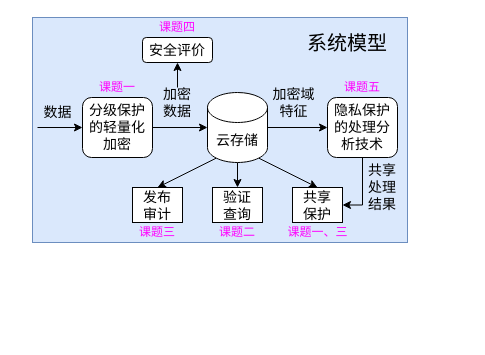
The draw.io diagram page "Page-4" (4 of 4) of Privacy-preserving-system.drawio in tianxianhao/Text, before the edit. Source tidied: cells renumbered, new cells numbered last; positions are measured from the earlier drawing's top-left corner, leaving out a move shared by most shapes. Both pictures are drawn from the tidied source at 100%, with x=0, y=0 at pixel (32, 17).
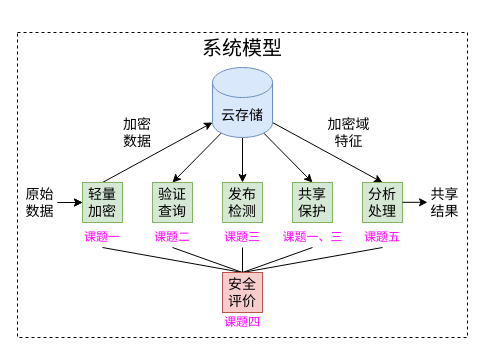
After the change.

Change to the diagram source:
```diff
@@
-    <mxCell id="2" style="rounded=0;whiteSpace=wrap;html=1;fontSize=14;fillColor=#dae8fc;strokeColor=#6c8ebf;" parent="1" vertex="1">
-      <mxGeometry width="375" height="225" as="geometry" />
+    <mxCell id="2" style="rounded=0;whiteSpace=wrap;html=1;fontSize=14;dashed=1;" parent="1" vertex="1">
+      <mxGeometry x="-15" y="15" width="450" height="305" as="geometry" />
     </mxCell>
-    <mxCell id="3" style="edgeStyle=orthogonalEdgeStyle;rounded=0;jettySize=auto;html=1;exitX=1;exitY=0.5;exitDx=0;exitDy=0;entryX=0;entryY=0.5;entryDx=0;entryDy=0;entryPerimeter=0;fontSize=14;fillColor=#000000;" parent="1" edge="1" source="4" target="14">
-      <mxGeometry relative="1" as="geometry" />
-    </mxCell>
-    <mxCell id="4" value="分级保护的轻量化&lt;br&gt;加密" style="rounded=1;whiteSpace=wrap;html=1;fontSize=14;" parent="1" vertex="1">
-      <mxGeometry x="50" y="80" width="70" height="60" as="geometry" />
-    </mxCell>
-    <mxCell id="5" style="edgeStyle=orthogonalEdgeStyle;rounded=0;jettySize=auto;html=1;exitX=0.5;exitY=0;exitDx=0;exitDy=0;fontSize=14;fontColor=#000000;startArrow=none;fillColor=#828282;startFill=0;" parent="1" edge="1" source="6" target="22">
-      <mxGeometry relative="1" as="geometry" />
-    </mxCell>
     <mxCell id="6" value="加密数据" style="text;html=1;strokeColor=none;fillColor=none;align=center;verticalAlign=middle;whiteSpace=wrap;rounded=0;fontSize=14;fontColor=#000000;" parent="1" vertex="1">
-      <mxGeometry x="125" y="70" width="40" height="30" as="geometry" />
+      <mxGeometry x="85" y="100" width="40" height="30" as="geometry" />
     </mxCell>
+    <mxCell id="29" style="edgeStyle=none;rounded=0;jettySize=auto;html=1;" parent="1" edge="1" source="7" target="38">
+      <mxGeometry relative="1" as="geometry" />
+    </mxCell>
-    <mxCell id="7" value="数据" style="text;html=1;strokeColor=none;fillColor=none;align=center;verticalAlign=middle;whiteSpace=wrap;rounded=0;fontSize=14;fontColor=#000000;" parent="1" vertex="1">
-      <mxGeometry x="5" y="80" width="41" height="30" as="geometry" />
+    <mxCell id="7" value="原始数据" style="text;html=1;strokeColor=none;fillColor=none;align=center;verticalAlign=middle;whiteSpace=wrap;rounded=0;fontSize=14;fontColor=#000000;" parent="1" vertex="1">
+      <mxGeometry x="-10" y="170" width="35" height="30" as="geometry" />
     </mxCell>
-    <mxCell id="8" style="endArrow=classic;html=1;rounded=0;fontSize=14;fillColor=#000000;entryX=0;entryY=0.5;entryDx=0;entryDy=0;" parent="1" edge="1" target="4">
-      <mxGeometry relative="1" as="geometry">
-        <mxPoint x="5" y="110" as="sourcePoint" />
-      </mxGeometry>
-    </mxCell>
-    <mxCell id="9" value="共享处理结果" style="text;html=1;strokeColor=none;fillColor=none;align=center;verticalAlign=middle;whiteSpace=wrap;rounded=0;fontSize=14;fontColor=#000000;" parent="1" vertex="1">
-      <mxGeometry x="330" y="150" width="40" height="40" as="geometry" />
-    </mxCell>
-    <mxCell id="10" style="edgeStyle=orthogonalEdgeStyle;rounded=0;jettySize=auto;html=1;exitX=1;exitY=0.5;exitDx=0;exitDy=0;exitPerimeter=0;entryX=0;entryY=0.5;entryDx=0;entryDy=0;fontSize=14;fillColor=#000000;" parent="1" edge="1" source="14" target="17">
-      <mxGeometry relative="1" as="geometry" />
-    </mxCell>
@@
+    <mxCell id="30" style="edgeStyle=none;rounded=0;jettySize=auto;html=1;exitX=1;exitY=1;exitDx=0;exitDy=-15;exitPerimeter=0;entryX=0.5;entryY=0;entryDx=0;entryDy=0;" parent="1" edge="1" source="14" target="39">
+      <mxGeometry relative="1" as="geometry" />
+    </mxCell>
-    <mxCell id="14" value="云存储" style="shape=cylinder3;whiteSpace=wrap;html=1;boundedLbl=1;backgroundOutline=1;size=15;fontSize=14;" parent="1" vertex="1">
-      <mxGeometry x="175" y="75" width="60" height="70" as="geometry" />
+    <mxCell id="14" value="云存储" style="shape=cylinder3;whiteSpace=wrap;html=1;boundedLbl=1;backgroundOutline=1;size=15;fontSize=14;fillColor=#dae8fc;strokeColor=#6c8ebf;" parent="1" vertex="1">
+      <mxGeometry x="180" y="50" width="60" height="70" as="geometry" />
     </mxCell>
     <mxCell id="15" value="加密域特征" style="text;html=1;strokeColor=none;fillColor=none;align=center;verticalAlign=middle;whiteSpace=wrap;rounded=0;fontSize=14;fontColor=#000000;" parent="1" vertex="1">
-      <mxGeometry x="235" y="70" width="52.5" height="30" as="geometry" />
+      <mxGeometry x="290" y="100" width="52.5" height="30" as="geometry" />
     </mxCell>
-    <mxCell id="16" style="edgeStyle=orthogonalEdgeStyle;rounded=0;jettySize=auto;html=1;exitX=0.5;exitY=1;exitDx=0;exitDy=0;entryX=1;entryY=0.5;entryDx=0;entryDy=0;fontSize=12;fontColor=#000000;startArrow=none;startFill=0;fillColor=#828282;" parent="1" edge="1" source="17" target="18">
-      <mxGeometry relative="1" as="geometry" />
-    </mxCell>
-    <mxCell id="17" value="&lt;span style=&quot;&quot;&gt;隐私保护的处理分析技术&lt;/span&gt;" style="rounded=1;whiteSpace=wrap;html=1;fontSize=14;" parent="1" vertex="1">
-      <mxGeometry x="295" y="80" width="70" height="60" as="geometry" />
-    </mxCell>
-    <mxCell id="18" value="共享&lt;br&gt;保护" style="rounded=0;whiteSpace=wrap;html=1;fontSize=14;" parent="1" vertex="1">
-      <mxGeometry x="260" y="170" width="50" height="35" as="geometry" />
+    <mxCell id="18" value="共享&lt;br&gt;保护" style="rounded=0;whiteSpace=wrap;html=1;fontSize=14;fillColor=#d5e8d4;strokeColor=#82b366;" parent="1" vertex="1">
+      <mxGeometry x="260" y="165" width="40" height="40" as="geometry" />
     </mxCell>
-    <mxCell id="19" value="发布&lt;br&gt;审计" style="rounded=0;whiteSpace=wrap;html=1;fontSize=14;" parent="1" vertex="1">
-      <mxGeometry x="100" y="170" width="50" height="35" as="geometry" />
+    <mxCell id="19" value="验证&lt;br&gt;查询" style="rounded=0;whiteSpace=wrap;html=1;fontSize=14;fillColor=#d5e8d4;strokeColor=#82b366;" parent="1" vertex="1">
+      <mxGeometry x="120" y="165" width="40" height="40" as="geometry" />
     </mxCell>
-    <mxCell id="20" value="验证&lt;br&gt;查询" style="rounded=0;whiteSpace=wrap;html=1;fontSize=14;" parent="1" vertex="1">
-      <mxGeometry x="180" y="170" width="50" height="35" as="geometry" />
+    <mxCell id="20" value="&lt;span style=&quot;&quot;&gt;发布&lt;/span&gt;&lt;br style=&quot;&quot;&gt;&lt;span style=&quot;&quot;&gt;检测&lt;/span&gt;" style="rounded=0;whiteSpace=wrap;html=1;fontSize=14;fillColor=#d5e8d4;strokeColor=#82b366;" parent="1" vertex="1">
+      <mxGeometry x="190" y="165" width="40" height="40" as="geometry" />
     </mxCell>
     <mxCell id="21" value="系统模型" style="text;html=1;strokeColor=none;fillColor=none;align=center;verticalAlign=middle;whiteSpace=wrap;rounded=0;fontSize=20;" parent="1" vertex="1">
-      <mxGeometry x="265" y="10" width="100" height="30" as="geometry" />
+      <mxGeometry x="160" y="15" width="100" height="30" as="geometry" />
     </mxCell>
+    <mxCell id="23" value="课题四" style="text;html=1;strokeColor=none;fillColor=none;align=center;verticalAlign=middle;whiteSpace=wrap;rounded=0;fontSize=12;fontColor=#FF00FF;" parent="1" vertex="1">
+      <mxGeometry x="185" y="295" width="50" height="20" as="geometry" />
+    </mxCell>
+    <mxCell id="31" style="edgeStyle=none;rounded=0;jettySize=auto;html=1;exitX=0.5;exitY=1;exitDx=0;exitDy=0;entryX=0.5;entryY=0;entryDx=0;entryDy=0;endArrow=none;endFill=0;" parent="1" edge="1" source="24" target="22">
+      <mxGeometry relative="1" as="geometry" />
+    </mxCell>
+    <mxCell id="24" value="课题一" style="text;html=1;strokeColor=none;fillColor=none;align=center;verticalAlign=middle;whiteSpace=wrap;rounded=0;fontSize=12;fontColor=#FF00FF;" parent="1" vertex="1">
+      <mxGeometry x="45" y="210" width="50" height="20" as="geometry" />
+    </mxCell>
+    <mxCell id="32" style="edgeStyle=none;rounded=0;jettySize=auto;html=1;exitX=0.5;exitY=1;exitDx=0;exitDy=0;entryX=0.5;entryY=0;entryDx=0;entryDy=0;endArrow=none;endFill=0;" parent="1" edge="1" source="25" target="22">
+      <mxGeometry relative="1" as="geometry" />
+    </mxCell>
+    <mxCell id="25" value="课题二" style="text;html=1;strokeColor=none;fillColor=none;align=center;verticalAlign=middle;whiteSpace=wrap;rounded=0;fontSize=12;fontColor=#FF00FF;" parent="1" vertex="1">
+      <mxGeometry x="115" y="210" width="50" height="20" as="geometry" />
+    </mxCell>
+    <mxCell id="33" style="edgeStyle=none;rounded=0;jettySize=auto;html=1;exitX=0.5;exitY=1;exitDx=0;exitDy=0;endArrow=none;endFill=0;" parent="1" edge="1" source="26">
+      <mxGeometry relative="1" as="geometry">
+        <mxPoint x="210" y="255" as="targetPoint" />
+      </mxGeometry>
+    </mxCell>
+    <mxCell id="26" value="课题一、三" style="text;html=1;strokeColor=none;fillColor=none;align=center;verticalAlign=middle;whiteSpace=wrap;rounded=0;fontSize=12;fontColor=#FF00FF;" parent="1" vertex="1">
+      <mxGeometry x="247.5" y="210" width="65" height="20" as="geometry" />
+    </mxCell>
+    <mxCell id="34" style="edgeStyle=none;rounded=0;jettySize=auto;html=1;exitX=0.5;exitY=1;exitDx=0;exitDy=0;endArrow=none;endFill=0;" parent="1" edge="1" source="27">
+      <mxGeometry relative="1" as="geometry">
+        <mxPoint x="210" y="255" as="targetPoint" />
+      </mxGeometry>
+    </mxCell>
+    <mxCell id="27" value="课题三" style="text;html=1;strokeColor=none;fillColor=none;align=center;verticalAlign=middle;whiteSpace=wrap;rounded=0;fontSize=12;fontColor=#FF00FF;" parent="1" vertex="1">
+      <mxGeometry x="185" y="210" width="50" height="20" as="geometry" />
+    </mxCell>
+    <mxCell id="35" style="edgeStyle=none;rounded=0;jettySize=auto;html=1;exitX=0.5;exitY=1;exitDx=0;exitDy=0;endArrow=none;endFill=0;" parent="1" edge="1" source="28">
+      <mxGeometry relative="1" as="geometry">
+        <mxPoint x="210" y="255" as="targetPoint" />
+      </mxGeometry>
+    </mxCell>
+    <mxCell id="28" value="课题五" style="text;html=1;strokeColor=none;fillColor=none;align=center;verticalAlign=middle;whiteSpace=wrap;rounded=0;fontSize=12;fontColor=#FF00FF;" parent="1" vertex="1">
+      <mxGeometry x="325" y="210" width="50" height="20" as="geometry" />
+    </mxCell>
+    <mxCell id="36" style="endArrow=classic;html=1;rounded=0;" parent="1" edge="1">
+      <mxGeometry relative="1" as="geometry">
+        <mxPoint x="25" y="185" as="sourcePoint" />
+        <mxPoint x="50" y="185" as="targetPoint" />
+      </mxGeometry>
+    </mxCell>
+    <mxCell id="37" style="rounded=0;jettySize=auto;html=1;exitX=0.5;exitY=0;exitDx=0;exitDy=0;entryX=0;entryY=1;entryDx=0;entryDy=-15;entryPerimeter=0;" parent="1" edge="1" source="38" target="14">
+      <mxGeometry relative="1" as="geometry" />
+    </mxCell>
+    <mxCell id="38" value="轻量&lt;br&gt;加密" style="rounded=0;whiteSpace=wrap;html=1;fontSize=14;fillColor=#d5e8d4;strokeColor=#82b366;" parent="1" vertex="1">
+      <mxGeometry x="50" y="165" width="40" height="40" as="geometry" />
+    </mxCell>
+    <mxCell id="39" value="分析处理" style="rounded=0;whiteSpace=wrap;html=1;fontSize=14;fillColor=#d5e8d4;strokeColor=#82b366;" parent="1" vertex="1">
+      <mxGeometry x="330" y="165" width="40" height="40" as="geometry" />
+    </mxCell>
-    <mxCell id="22" value="&lt;span style=&quot;&quot;&gt;安全评价&lt;/span&gt;" style="rounded=1;whiteSpace=wrap;html=1;fontSize=14;fontColor=#000000;strokeWidth=1;" parent="1" vertex="1">
-      <mxGeometry x="110" y="20" width="70" height="25" as="geometry" />
+    <mxCell id="22" value="安全评价" style="rounded=0;whiteSpace=wrap;html=1;fontSize=14;fillColor=#f8cecc;strokeColor=#b85450;" parent="1" vertex="1">
+      <mxGeometry x="190" y="255" width="40" height="40" as="geometry" />
     </mxCell>
-    <mxCell id="23" value="课题四" style="text;html=1;strokeColor=none;fillColor=none;align=center;verticalAlign=middle;whiteSpace=wrap;rounded=0;fontSize=12;fontColor=#FF00FF;" parent="1" vertex="1">
-      <mxGeometry x="120" width="50" height="20" as="geometry" />
-    </mxCell>
-    <mxCell id="24" value="课题一" style="text;html=1;strokeColor=none;fillColor=none;align=center;verticalAlign=middle;whiteSpace=wrap;rounded=0;fontSize=12;fontColor=#FF00FF;" parent="1" vertex="1">
-      <mxGeometry x="60" y="60" width="50" height="20" as="geometry" />
-    </mxCell>
-    <mxCell id="25" value="课题二" style="text;html=1;strokeColor=none;fillColor=none;align=center;verticalAlign=middle;whiteSpace=wrap;rounded=0;fontSize=12;fontColor=#FF00FF;" parent="1" vertex="1">
-      <mxGeometry x="180" y="205" width="50" height="20" as="geometry" />
-    </mxCell>
-    <mxCell id="26" value="课题一、三" style="text;html=1;strokeColor=none;fillColor=none;align=center;verticalAlign=middle;whiteSpace=wrap;rounded=0;fontSize=12;fontColor=#FF00FF;" parent="1" vertex="1">
-      <mxGeometry x="252.5" y="205" width="65" height="20" as="geometry" />
-    </mxCell>
-    <mxCell id="27" value="课题三" style="text;html=1;strokeColor=none;fillColor=none;align=center;verticalAlign=middle;whiteSpace=wrap;rounded=0;fontSize=12;fontColor=#FF00FF;" parent="1" vertex="1">
-      <mxGeometry x="100" y="205" width="50" height="20" as="geometry" />
-    </mxCell>
-    <mxCell id="28" value="课题五" style="text;html=1;strokeColor=none;fillColor=none;align=center;verticalAlign=middle;whiteSpace=wrap;rounded=0;fontSize=12;fontColor=#FF00FF;" parent="1" vertex="1">
-      <mxGeometry x="305" y="60" width="50" height="20" as="geometry" />
-    </mxCell>
+    <mxCell id="40" style="endArrow=classic;html=1;rounded=0;" parent="1" edge="1">
+      <mxGeometry relative="1" as="geometry">
+        <mxPoint x="370" y="184.8" as="sourcePoint" />
+        <mxPoint x="395" y="184.8" as="targetPoint" />
+      </mxGeometry>
+    </mxCell>
+    <mxCell id="41" value="共享结果" style="text;html=1;strokeColor=none;fillColor=none;align=center;verticalAlign=middle;whiteSpace=wrap;rounded=0;fontSize=14;fontColor=#000000;" parent="1" vertex="1">
+      <mxGeometry x="395" y="170" width="35" height="30" as="geometry" />
+    </mxCell>
```
